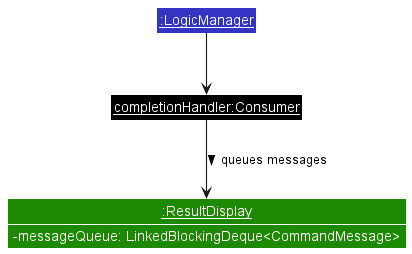
This is docs/images/UiResultDisplayObjectDiagram.png from nus-cs2103-AY2223S2/tp, a PlantUML export, as it was before one commit.
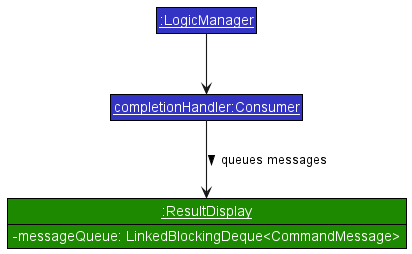
Later version of the same file.

The edit, as a diff of the source:
```diff
@@ -10,7 +10,7 @@
 show ResultDisplay fields
 
 Class "<u>:LogicManager</u>" as LogicManager LOGIC_COLOR
-Class "<u>completionHandler:Consumer</u>" as Consumer #000000
+Class "<u>completionHandler:Consumer</u>" as Consumer LOGIC_COLOR
 
 LogicManager -down-> Consumer
 Consumer -down-> ResultDisplay : queues messages >
```
